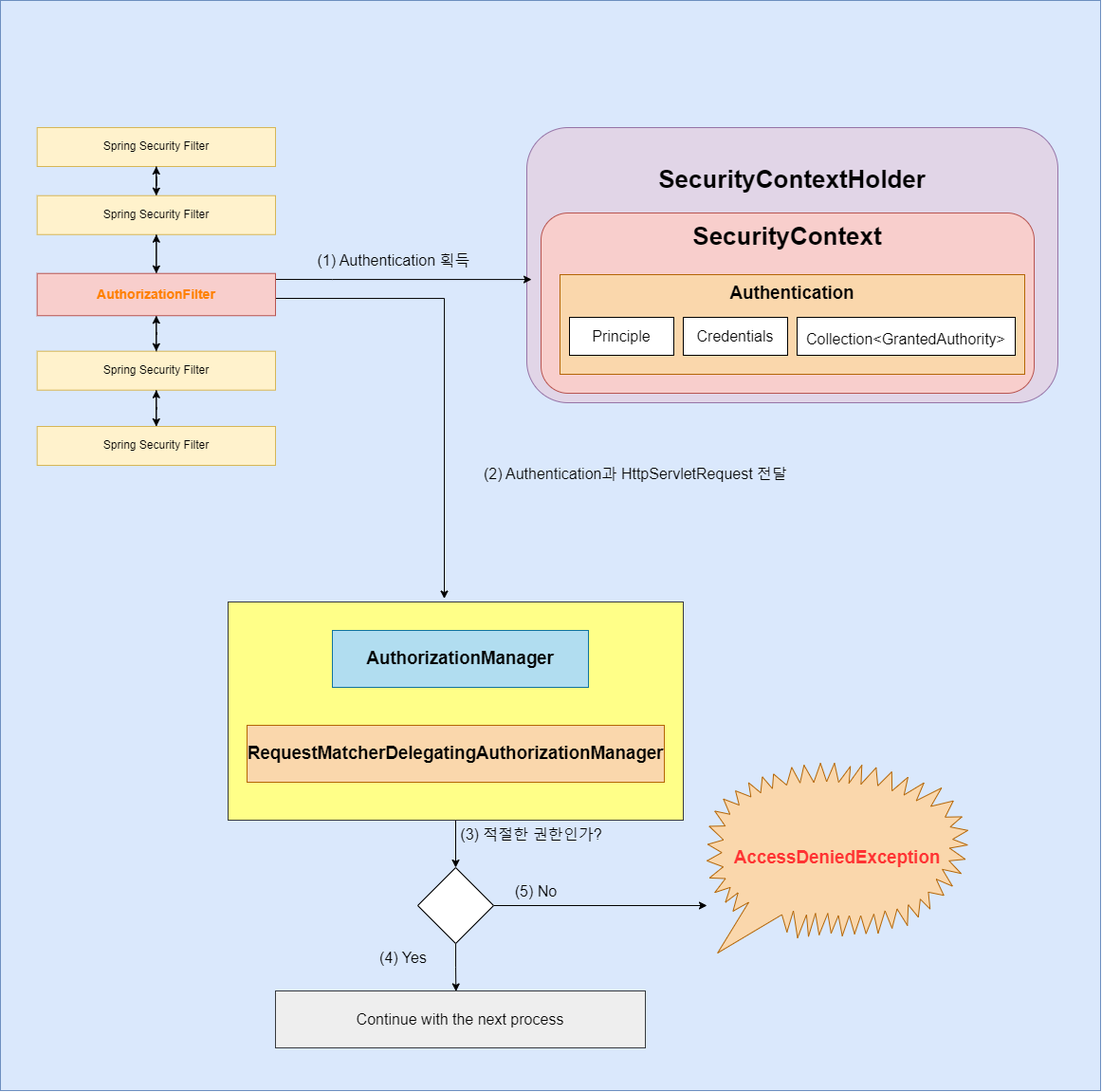
Earlier version of the draw.io export painting/SpringSecurity의 컴포넌트로 보는 권한 부여흐름.drawio.png (SsangSoo/TIL_SsangSoo). Source tidied: cells renumbered, new cells last; positions are measured from the earlier drawing's top-left corner, leaving out a move shared by most shapes.
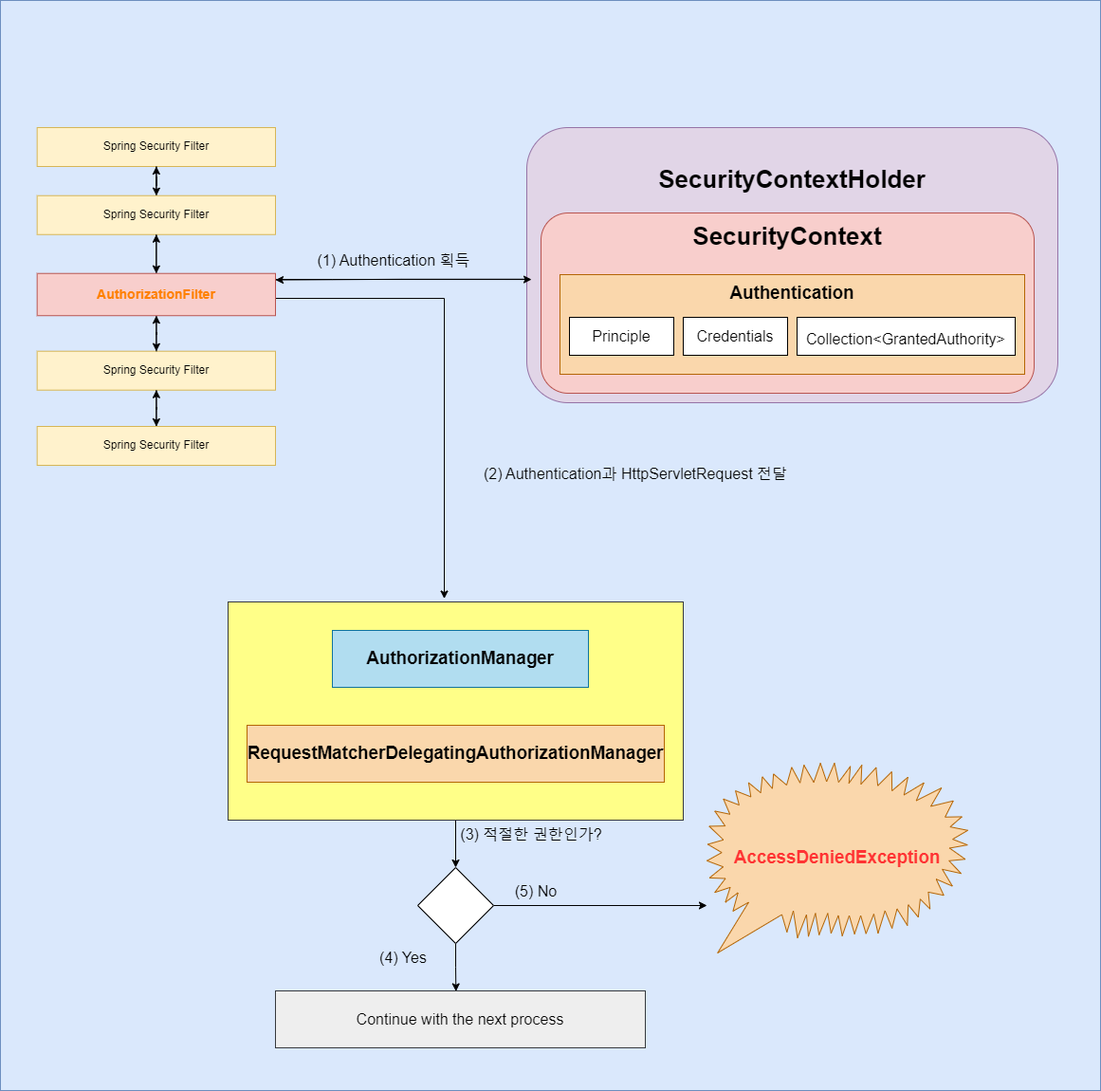
Above is the later version.

What changed in the source:
```diff
@@ -17,6 +17,9 @@
     <mxCell id="6" value="&lt;h3&gt;RequestMatcherDelegatingAuthorizationManager&lt;/h3&gt;" style="rounded=0;whiteSpace=wrap;html=1;fontSize=16;fillColor=#fad7ac;strokeColor=#b46504;" parent="1" vertex="1">
       <mxGeometry x="260" y="764" width="440" height="60" as="geometry" />
     </mxCell>
+    <mxCell id="41" style="edgeStyle=orthogonalEdgeStyle;rounded=0;jettySize=auto;html=1;entryX=1;entryY=0.154;entryDx=0;entryDy=0;entryPerimeter=0;exitX=0;exitY=0.551;exitDx=0;exitDy=0;exitPerimeter=0;" parent="1" edge="1" source="7" target="38">
+      <mxGeometry relative="1" as="geometry" />
+    </mxCell>
     <mxCell id="7" style="rounded=1;whiteSpace=wrap;html=1;fillColor=#e1d5e7;strokeColor=#9673a6;" parent="1" vertex="1">
       <mxGeometry x="555" y="134" width="560" height="290" as="geometry" />
     </mxCell>
```
